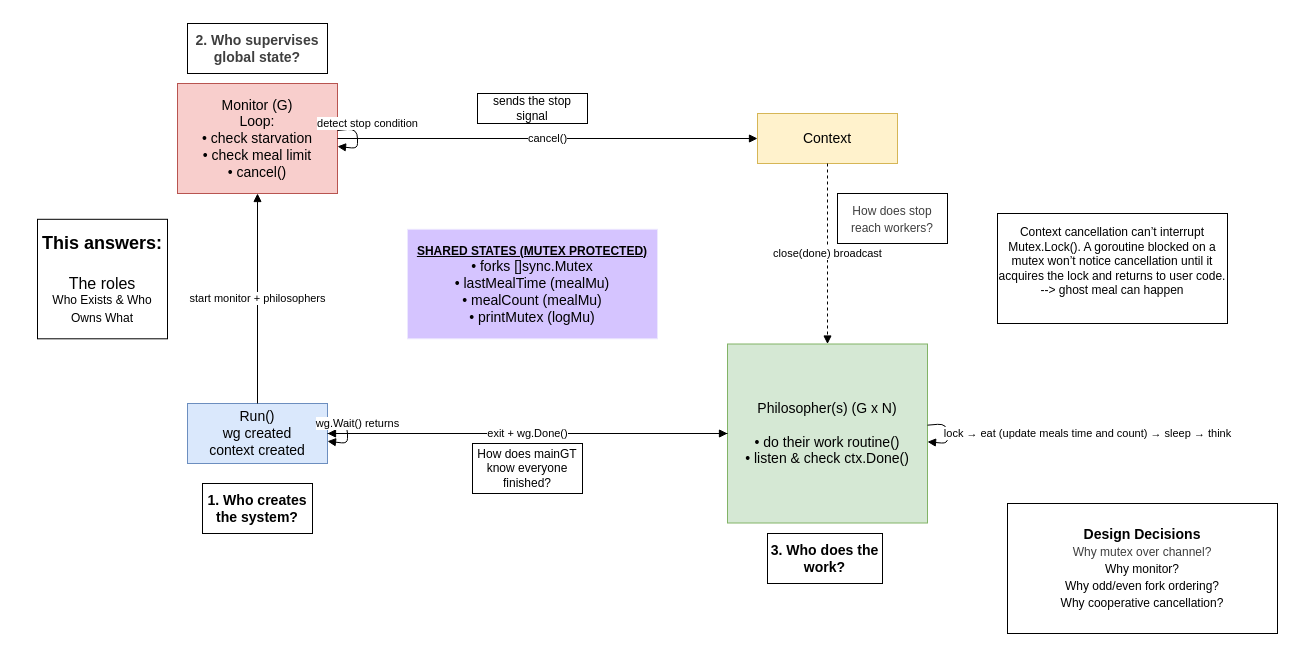
Before: diagrams/2.architechture.drawio in novth17/dining-philosophers-go, a draw.io diagram. Source tidied: cells renumbered, new cells numbered last; positions are measured from the earlier drawing's top-left corner, leaving out a move shared by most shapes. Both pictures are drawn from the tidied source at 100%, with x=0, y=0 at pixel (37, 23).
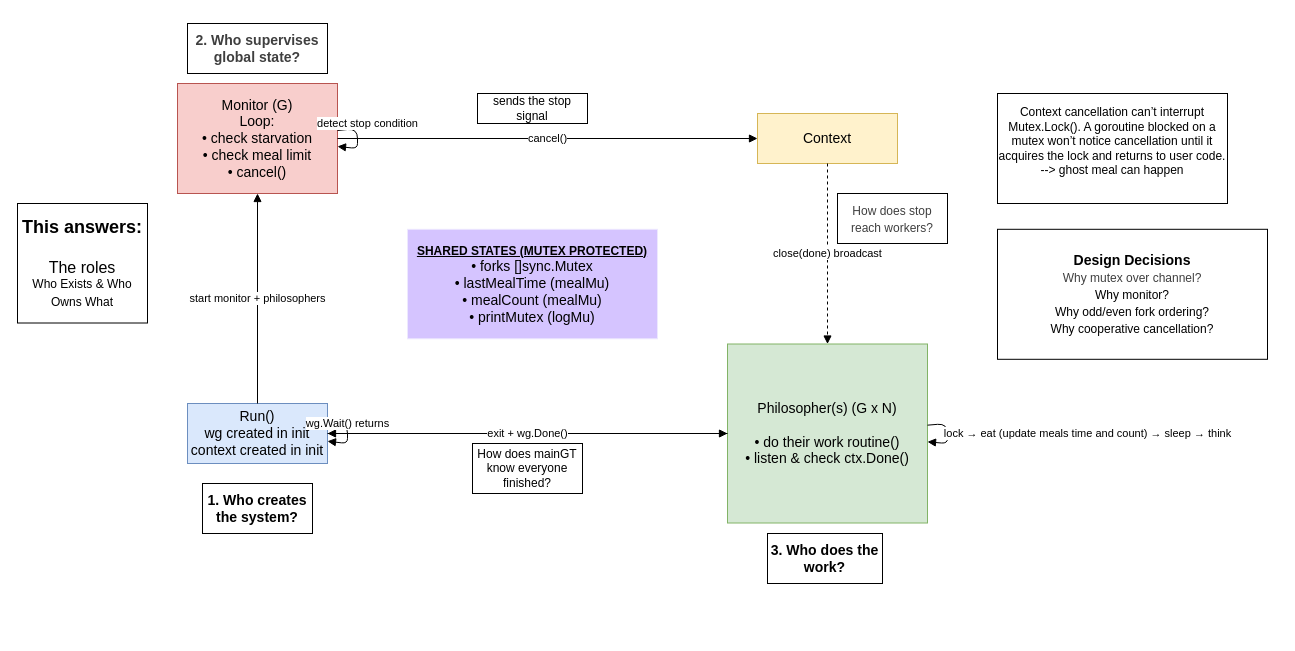
Above is the later version.

Diff of the diagram source:
```diff
@@
-    <mxCell id="2" value="Run()&lt;div&gt;&lt;font color=&quot;#000000&quot;&gt;wg created&lt;br&gt;&lt;/font&gt;&lt;div&gt;context created&lt;/div&gt;&lt;/div&gt;" style="shape=rectangle;whiteSpace=wrap;html=1;fillColor=#dae8fc;strokeColor=#6c8ebf;fontSize=14;" parent="1" vertex="1">
+    <mxCell id="2" value="Run()&lt;div&gt;&lt;font color=&quot;#000000&quot;&gt;wg created in init&lt;br&gt;&lt;/font&gt;&lt;div&gt;context created in init&lt;/div&gt;&lt;/div&gt;" style="shape=rectangle;whiteSpace=wrap;html=1;fillColor=#dae8fc;strokeColor=#6c8ebf;fontSize=14;" parent="1" vertex="1">
       <mxGeometry x="150" y="380" width="140" height="60" as="geometry" />
     </mxCell>
@@
-    <mxCell id="13" value="wg.Wait() returns" style="endArrow=block;html=1;" parent="1" edge="1" source="2" target="2">
-      <mxGeometry x="-0.33" y="10" relative="1" as="geometry" />
+    <mxCell id="13" value="wg.Wait() returns" style="endArrow=block;html=1;elbow=vertical;" parent="1" edge="1" source="2" target="2">
+      <mxGeometry x="-0.33" relative="1" as="geometry" />
     </mxCell>
     <mxCell id="14" value="&lt;b&gt;&lt;font style=&quot;font-size: 18px;&quot;&gt;This answers:&lt;/font&gt;&lt;/b&gt;&lt;div&gt;&lt;font size=&quot;3&quot;&gt;&lt;br&gt;&lt;/font&gt;&lt;/div&gt;&lt;div&gt;&lt;font size=&quot;3&quot;&gt;The roles&lt;/font&gt;&lt;/div&gt;&lt;div&gt;Who Exists &amp;amp; Who Owns What&lt;font size=&quot;3&quot;&gt;&lt;/font&gt;&lt;/div&gt;" style="html=1;whiteSpace=wrap;" parent="1" vertex="1">
-      <mxGeometry y="195.8" width="130" height="119.5" as="geometry" />
+      <mxGeometry x="-20" y="180" width="130" height="119.5" as="geometry" />
     </mxCell>
@@
     <mxCell id="21" value="Context cancellation can’t interrupt Mutex.Lock(). A goroutine blocked on a mutex won’t notice cancellation until it acquires the lock and returns to user code.&lt;div&gt;&lt;font color=&quot;#000000&quot;&gt;--&amp;gt; ghost meal can happen&lt;br&gt;&lt;/font&gt;&lt;div&gt;&lt;br&gt;&lt;/div&gt;&lt;/div&gt;" style="html=1;whiteSpace=wrap;" parent="1" vertex="1">
-      <mxGeometry x="960" y="190" width="230" height="110" as="geometry" />
+      <mxGeometry x="960" y="70" width="230" height="110" as="geometry" />
     </mxCell>
@@
     <mxCell id="23" value="&lt;h3&gt;Design Decisions&lt;br&gt;&lt;span style=&quot;background-color: transparent; color: rgb(63, 63, 63); font-size: 12px; font-weight: normal;&quot;&gt;Why mutex over channel?&lt;br&gt;&lt;/span&gt;&lt;span style=&quot;background-color: transparent; font-size: 12px; font-weight: normal;&quot;&gt;Why monitor?&lt;br&gt;&lt;/span&gt;&lt;span style=&quot;background-color: transparent; font-size: 12px; font-weight: normal;&quot;&gt;Why odd/even fork ordering?&lt;br&gt;&lt;/span&gt;&lt;span style=&quot;background-color: transparent; font-size: 12px; font-weight: normal;&quot;&gt;Why cooperative cancellation?&lt;/span&gt;&lt;/h3&gt;" style="rounded=0;whiteSpace=wrap;html=1;" parent="1" vertex="1">
-      <mxGeometry x="970" y="480" width="270" height="130" as="geometry" />
+      <mxGeometry x="960" y="205.8" width="270" height="130" as="geometry" />
     </mxCell>
```
